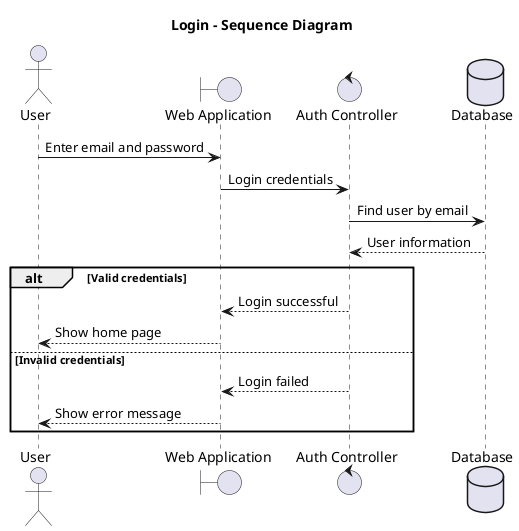
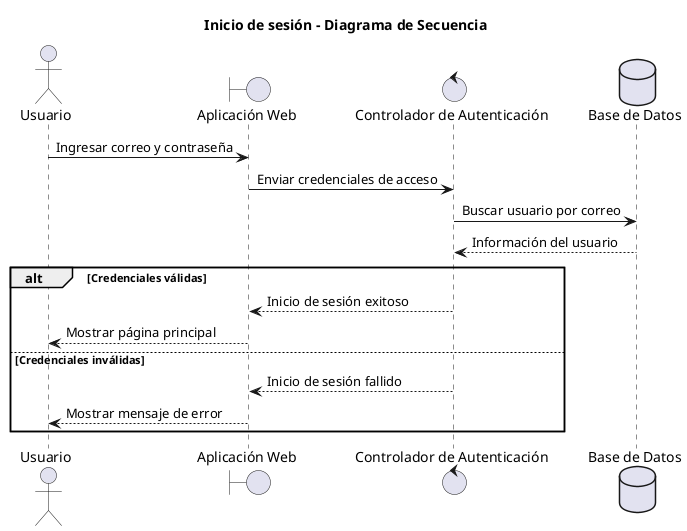
@startuml
- title Login - Sequence Diagram
+ title Inicio de sesión - Diagrama de Secuencia

- actor User
- boundary "Web Application" as Web
- control "Auth Controller" as Auth
- database "Database" as DB
+ actor Usuario
+ boundary "Aplicación Web" as Web
+ control "Controlador de Autenticación" as Auth
+ database "Base de Datos" as BD

- User -> Web: Enter email and password
- Web -> Auth: Login credentials
- Auth -> DB: Find user by email
- DB --> Auth: User information
+ Usuario -> Web: Ingresar correo y contraseña
+ Web -> Auth: Enviar credenciales de acceso
+ Auth -> BD: Buscar usuario por correo
+ BD --> Auth: Información del usuario

- alt Valid credentials
-   Auth --> Web: Login successful
-   Web --> User: Show home page
- else Invalid credentials
-   Auth --> Web: Login failed
-   Web --> User: Show error message
+ alt Credenciales válidas
+   Auth --> Web: Inicio de sesión exitoso
+   Web --> Usuario: Mostrar página principal
+ else Credenciales inválidas
+   Auth --> Web: Inicio de sesión fallido
+   Web --> Usuario: Mostrar mensaje de error
end

@enduml